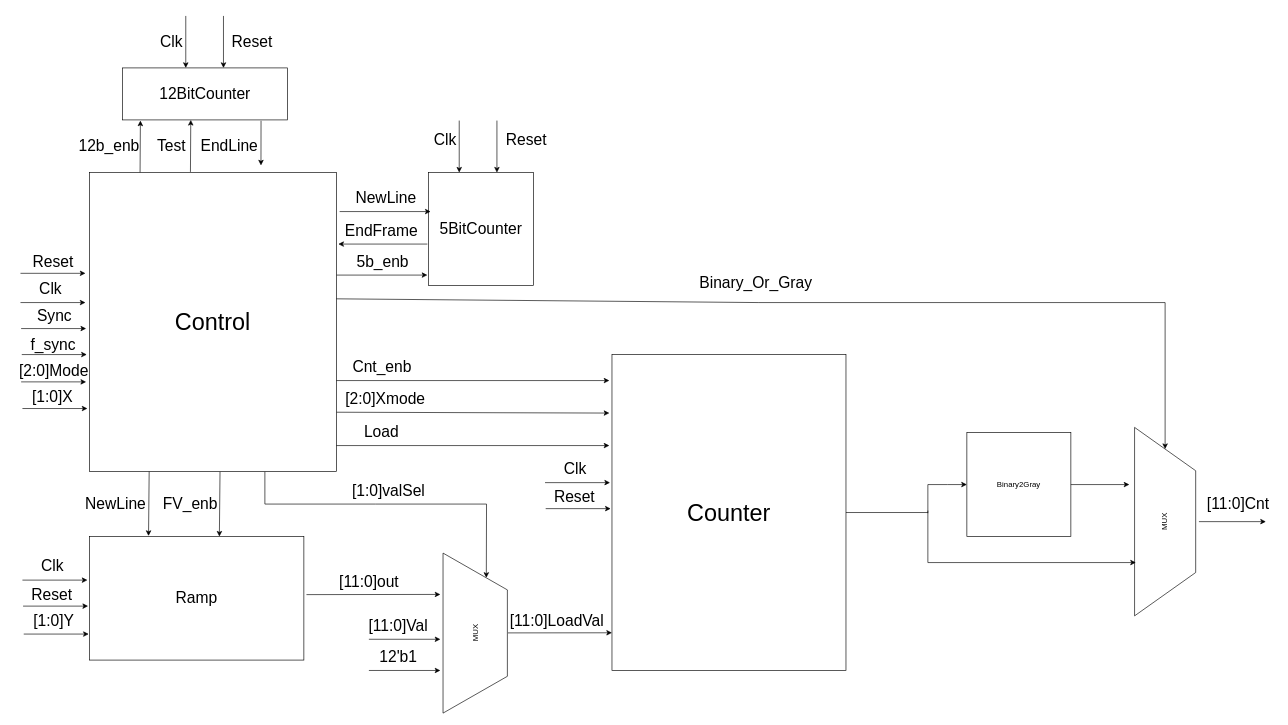
Above: Diagrams/Block_diagram.drawio in sabarioded/Patterns_Project (draw.io), before the change. Source tidied: cells renumbered, new cells numbered last; positions are measured from the earlier drawing's top-left corner, leaving out a move shared by most shapes. Both pictures are drawn from the tidied source at 65%, with x=0, y=0 at pixel (11, 16).
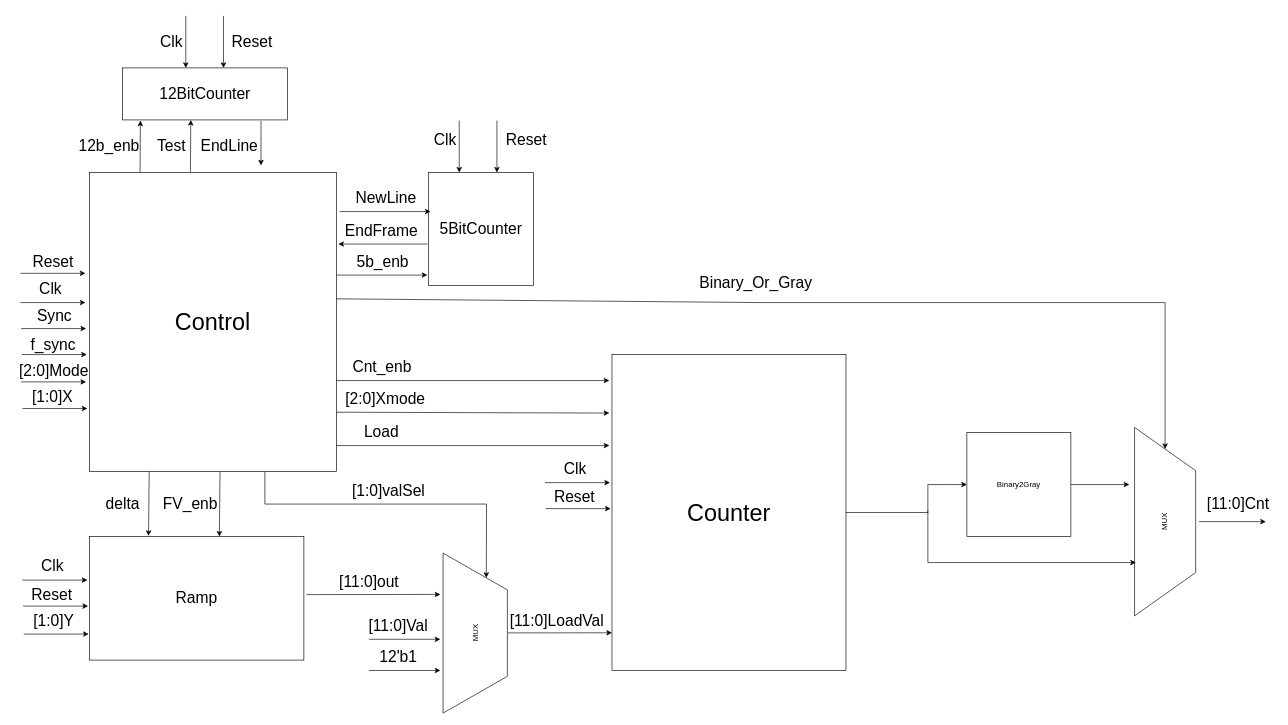
The same diagram, later.

What changed in the source:
```diff
@@
-    <mxCell id="23" value="&lt;font style=&quot;font-size: 24px;&quot;&gt;NewLine&lt;/font&gt;" style="text;html=1;align=center;verticalAlign=middle;strokeColor=none;fillColor=none;" parent="1" vertex="1">
-      <mxGeometry x="100" y="731" width="120" height="40" as="geometry" />
+    <mxCell id="23" value="&lt;span style=&quot;font-size: 24px;&quot;&gt;delta&lt;/span&gt;" style="text;html=1;align=center;verticalAlign=middle;strokeColor=none;fillColor=none;" parent="1" vertex="1">
+      <mxGeometry x="131" y="731" width="80" height="40" as="geometry" />
     </mxCell>
```
